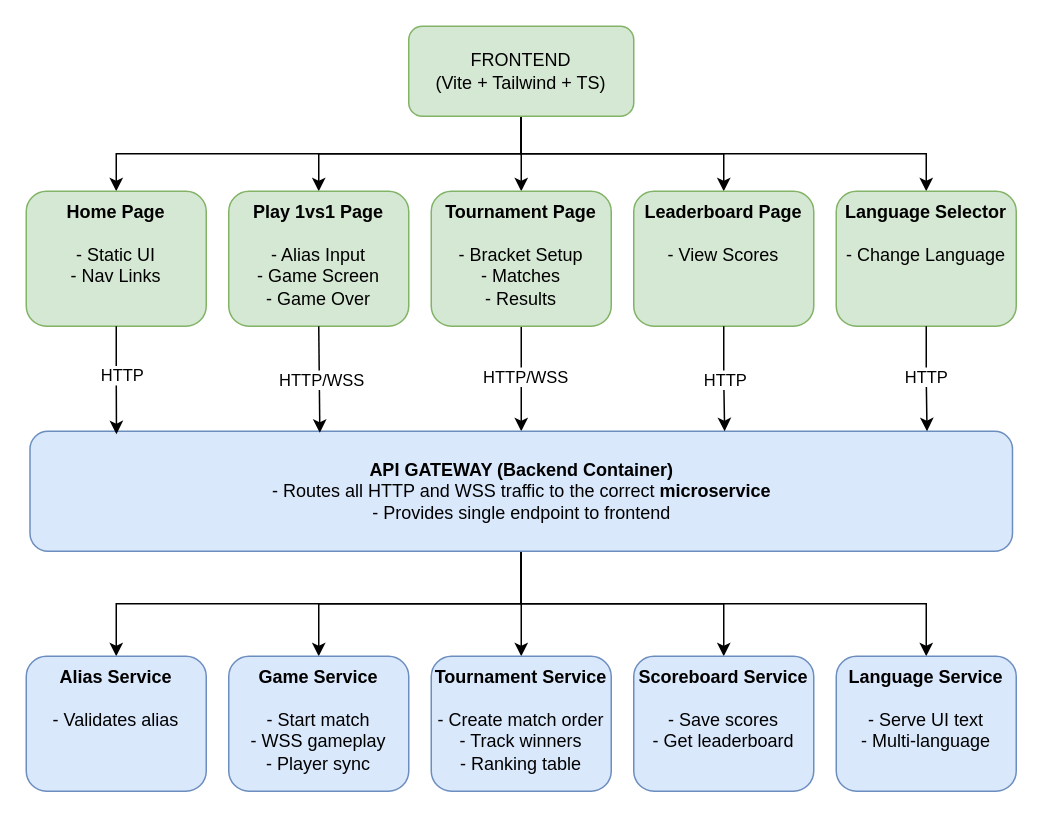
Before: docs/FrontBackEnd.drawio in 3lsy/transcendence, a draw.io diagram. Source tidied: cells renumbered, new cells numbered last; positions are measured from the earlier drawing's top-left corner, leaving out a move shared by most shapes. Both pictures are drawn from the tidied source at 150%, with x=0, y=0 at pixel (26, 26).
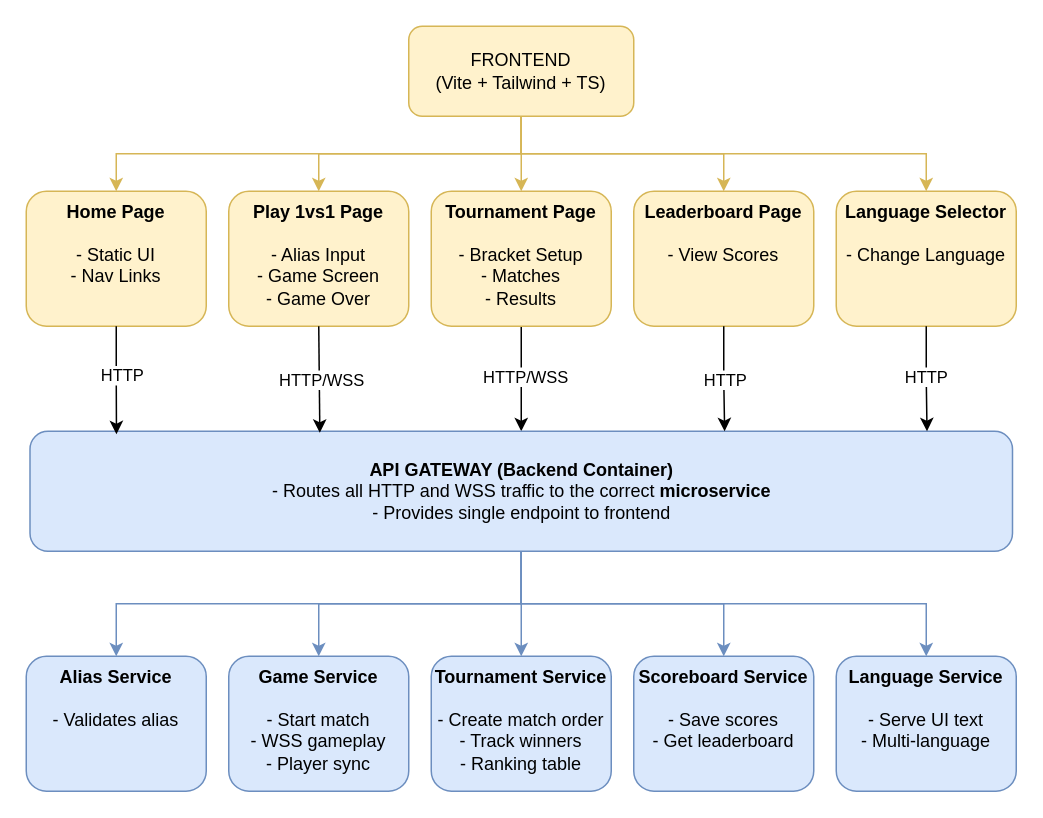
After the change.

Unchanged cells that the change refers to:
```xml
<mxCell id="20" value="&lt;b&gt;API GATEWAY (Backend Container)&lt;/b&gt;&lt;div&gt;- Routes all HTTP and WSS&amp;nbsp;traffic to the correct &lt;b&gt;microservice&lt;/b&gt;&lt;/div&gt;&lt;div&gt;- Provides single endpoint to frontend&lt;/div&gt;" style="rounded=1;whiteSpace=wrap;html=1;fillColor=#dae8fc;strokeColor=#6c8ebf;" parent="1" vertex="1">
  <mxGeometry x="2.5" y="270" width="655" height="80" as="geometry" />
</mxCell>
<mxCell id="21" value="&lt;div style=&quot;&quot;&gt;&lt;b&gt;Alias Service&lt;/b&gt;&lt;/div&gt;&lt;div style=&quot;&quot;&gt;&lt;span style=&quot;background-color: transparent; color: light-dark(rgb(0, 0, 0), rgb(255, 255, 255));&quot;&gt;&lt;b&gt;&lt;br&gt;&lt;/b&gt;&lt;/span&gt;&lt;/div&gt;&lt;div&gt;- Validates alias&lt;/div&gt;" style="rounded=1;whiteSpace=wrap;html=1;align=center;verticalAlign=top;fillColor=#dae8fc;strokeColor=#6c8ebf;" parent="1" vertex="1">
  <mxGeometry y="420" width="120" height="90" as="geometry" />
</mxCell>
<mxCell id="22" value="&lt;div style=&quot;&quot;&gt;&lt;b&gt;Game Service&lt;/b&gt;&lt;/div&gt;&lt;div style=&quot;&quot;&gt;&lt;span style=&quot;background-color: transparent; color: light-dark(rgb(0, 0, 0), rgb(255, 255, 255));&quot;&gt;&lt;b&gt;&lt;br&gt;&lt;/b&gt;&lt;/span&gt;&lt;/div&gt;&lt;div&gt;- Start match&lt;/div&gt;&lt;div&gt;- WSS gameplay&lt;/div&gt;&lt;div&gt;- Player sync&lt;/div&gt;" style="rounded=1;whiteSpace=wrap;html=1;align=center;verticalAlign=top;fillColor=#dae8fc;strokeColor=#6c8ebf;" parent="1" vertex="1">
  <mxGeometry x="135" y="420" width="120" height="90" as="geometry" />
</mxCell>
<mxCell id="23" value="&lt;div style=&quot;&quot;&gt;&lt;b&gt;Tournament Service&lt;/b&gt;&lt;/div&gt;&lt;div style=&quot;&quot;&gt;&lt;span style=&quot;background-color: transparent; color: light-dark(rgb(0, 0, 0), rgb(255, 255, 255));&quot;&gt;&lt;b&gt;&lt;br&gt;&lt;/b&gt;&lt;/span&gt;&lt;/div&gt;&lt;div style=&quot;&quot;&gt;- Create match order&lt;/div&gt;&lt;div&gt;- Track winners&lt;/div&gt;&lt;div&gt;- Ranking table&lt;/div&gt;" style="rounded=1;whiteSpace=wrap;html=1;align=center;verticalAlign=top;fillColor=#dae8fc;strokeColor=#6c8ebf;" parent="1" vertex="1">
  <mxGeometry x="270" y="420" width="120" height="90" as="geometry" />
</mxCell>
<mxCell id="24" value="&lt;div style=&quot;&quot;&gt;&lt;b&gt;Scoreboard Service&lt;/b&gt;&lt;/div&gt;&lt;div style=&quot;&quot;&gt;&lt;span style=&quot;background-color: transparent; color: light-dark(rgb(0, 0, 0), rgb(255, 255, 255));&quot;&gt;&lt;b&gt;&lt;br&gt;&lt;/b&gt;&lt;/span&gt;&lt;/div&gt;&lt;div&gt;- Save scores&lt;/div&gt;&lt;div&gt;- Get leaderboard&lt;/div&gt;" style="rounded=1;whiteSpace=wrap;html=1;align=center;verticalAlign=top;fillColor=#dae8fc;strokeColor=#6c8ebf;" parent="1" vertex="1">
  <mxGeometry x="405" y="420" width="120" height="90" as="geometry" />
</mxCell>
<mxCell id="25" value="&lt;div style=&quot;&quot;&gt;&lt;b&gt;Language Service&lt;/b&gt;&lt;/div&gt;&lt;div style=&quot;&quot;&gt;&lt;span style=&quot;background-color: transparent; color: light-dark(rgb(0, 0, 0), rgb(255, 255, 255));&quot;&gt;&lt;b&gt;&lt;br&gt;&lt;/b&gt;&lt;/span&gt;&lt;/div&gt;&lt;div&gt;- Serve UI text&lt;/div&gt;&lt;div&gt;- Multi-language&lt;/div&gt;" style="rounded=1;whiteSpace=wrap;html=1;align=center;verticalAlign=top;fillColor=#dae8fc;strokeColor=#6c8ebf;" parent="1" vertex="1">
  <mxGeometry x="540" y="420" width="120" height="90" as="geometry" />
</mxCell>
```

Change to the diagram source:
```diff
@@
-    <mxCell id="2" style="edgeStyle=orthogonalEdgeStyle;rounded=0;jettySize=auto;html=1;exitX=0.5;exitY=1;exitDx=0;exitDy=0;entryX=0.5;entryY=0;entryDx=0;entryDy=0;" parent="1" edge="1" source="7" target="8">
+    <mxCell id="2" style="edgeStyle=orthogonalEdgeStyle;rounded=0;jettySize=auto;html=1;exitX=0.5;exitY=1;exitDx=0;exitDy=0;entryX=0.5;entryY=0;entryDx=0;entryDy=0;fillColor=#fff2cc;strokeColor=#d6b656;" parent="1" edge="1" source="7" target="8">
       <mxGeometry relative="1" as="geometry" />
     </mxCell>
-    <mxCell id="3" style="edgeStyle=orthogonalEdgeStyle;rounded=0;jettySize=auto;html=1;exitX=0.5;exitY=1;exitDx=0;exitDy=0;entryX=0.5;entryY=0;entryDx=0;entryDy=0;" parent="1" edge="1" source="7" target="9">
+    <mxCell id="3" style="edgeStyle=orthogonalEdgeStyle;rounded=0;jettySize=auto;html=1;exitX=0.5;exitY=1;exitDx=0;exitDy=0;entryX=0.5;entryY=0;entryDx=0;entryDy=0;fillColor=#fff2cc;strokeColor=#d6b656;" parent="1" edge="1" source="7" target="9">
       <mxGeometry relative="1" as="geometry" />
     </mxCell>
-    <mxCell id="4" style="edgeStyle=orthogonalEdgeStyle;rounded=0;jettySize=auto;html=1;exitX=0.5;exitY=1;exitDx=0;exitDy=0;entryX=0.5;entryY=0;entryDx=0;entryDy=0;" parent="1" edge="1" source="7" target="12">
+    <mxCell id="4" style="edgeStyle=orthogonalEdgeStyle;rounded=0;jettySize=auto;html=1;exitX=0.5;exitY=1;exitDx=0;exitDy=0;entryX=0.5;entryY=0;entryDx=0;entryDy=0;fillColor=#fff2cc;strokeColor=#d6b656;" parent="1" edge="1" source="7" target="12">
       <mxGeometry relative="1" as="geometry" />
     </mxCell>
-    <mxCell id="5" style="edgeStyle=orthogonalEdgeStyle;rounded=0;jettySize=auto;html=1;exitX=0.5;exitY=1;exitDx=0;exitDy=0;" parent="1" edge="1" source="7" target="13">
+    <mxCell id="5" style="edgeStyle=orthogonalEdgeStyle;rounded=0;jettySize=auto;html=1;exitX=0.5;exitY=1;exitDx=0;exitDy=0;fillColor=#fff2cc;strokeColor=#d6b656;" parent="1" edge="1" source="7" target="13">
       <mxGeometry relative="1" as="geometry" />
     </mxCell>
-    <mxCell id="6" style="edgeStyle=orthogonalEdgeStyle;rounded=0;jettySize=auto;html=1;exitX=0.5;exitY=1;exitDx=0;exitDy=0;entryX=0.5;entryY=0;entryDx=0;entryDy=0;" parent="1" edge="1" source="7" target="14">
+    <mxCell id="6" style="edgeStyle=orthogonalEdgeStyle;rounded=0;jettySize=auto;html=1;exitX=0.5;exitY=1;exitDx=0;exitDy=0;entryX=0.5;entryY=0;entryDx=0;entryDy=0;fillColor=#fff2cc;strokeColor=#d6b656;" parent="1" edge="1" source="7" target="14">
       <mxGeometry relative="1" as="geometry" />
     </mxCell>
-    <mxCell id="7" value="FRONTEND&lt;div&gt;(Vite + Tailwind + TS)&lt;/div&gt;" style="rounded=1;whiteSpace=wrap;html=1;fillColor=#d5e8d4;strokeColor=#82b366;" parent="1" vertex="1">
+    <mxCell id="7" value="FRONTEND&lt;div&gt;(Vite + Tailwind + TS)&lt;/div&gt;" style="rounded=1;whiteSpace=wrap;html=1;fillColor=#fff2cc;strokeColor=#d6b656;" parent="1" vertex="1">
       <mxGeometry x="255" width="150" height="60" as="geometry" />
     </mxCell>
-    <mxCell id="8" value="&lt;div style=&quot;&quot;&gt;&lt;span style=&quot;background-color: transparent; color: light-dark(rgb(0, 0, 0), rgb(255, 255, 255));&quot;&gt;&lt;b&gt;Home Page&lt;/b&gt;&lt;/span&gt;&lt;/div&gt;&lt;div style=&quot;&quot;&gt;&lt;span style=&quot;background-color: transparent; color: light-dark(rgb(0, 0, 0), rgb(255, 255, 255));&quot;&gt;&lt;b&gt;&lt;br&gt;&lt;/b&gt;&lt;/span&gt;&lt;/div&gt;&lt;div&gt;- Static UI&lt;/div&gt;&lt;div&gt;- Nav Links&lt;/div&gt;" style="rounded=1;whiteSpace=wrap;html=1;align=center;verticalAlign=top;fillColor=#d5e8d4;strokeColor=#82b366;" parent="1" vertex="1">
+    <mxCell id="8" value="&lt;div style=&quot;&quot;&gt;&lt;span style=&quot;background-color: transparent; color: light-dark(rgb(0, 0, 0), rgb(255, 255, 255));&quot;&gt;&lt;b&gt;Home Page&lt;/b&gt;&lt;/span&gt;&lt;/div&gt;&lt;div style=&quot;&quot;&gt;&lt;span style=&quot;background-color: transparent; color: light-dark(rgb(0, 0, 0), rgb(255, 255, 255));&quot;&gt;&lt;b&gt;&lt;br&gt;&lt;/b&gt;&lt;/span&gt;&lt;/div&gt;&lt;div&gt;- Static UI&lt;/div&gt;&lt;div&gt;- Nav Links&lt;/div&gt;" style="rounded=1;whiteSpace=wrap;html=1;align=center;verticalAlign=top;fillColor=#fff2cc;strokeColor=#d6b656;" parent="1" vertex="1">
       <mxGeometry y="110" width="120" height="90" as="geometry" />
     </mxCell>
-    <mxCell id="9" value="&lt;div style=&quot;&quot;&gt;&lt;span style=&quot;background-color: transparent; color: light-dark(rgb(0, 0, 0), rgb(255, 255, 255));&quot;&gt;&lt;b&gt;Play 1vs1 Page&lt;/b&gt;&lt;/span&gt;&lt;/div&gt;&lt;div style=&quot;&quot;&gt;&lt;span style=&quot;background-color: transparent; color: light-dark(rgb(0, 0, 0), rgb(255, 255, 255));&quot;&gt;&lt;b&gt;&lt;br&gt;&lt;/b&gt;&lt;/span&gt;&lt;/div&gt;&lt;div style=&quot;&quot;&gt;&lt;span style=&quot;background-color: transparent; color: light-dark(rgb(0, 0, 0), rgb(255, 255, 255));&quot;&gt;- Alias Input&lt;/span&gt;&lt;/div&gt;&lt;div style=&quot;&quot;&gt;&lt;span style=&quot;background-color: transparent; color: light-dark(rgb(0, 0, 0), rgb(255, 255, 255));&quot;&gt;- Game Screen&lt;/span&gt;&lt;/div&gt;&lt;div style=&quot;&quot;&gt;&lt;span style=&quot;background-color: transparent; color: light-dark(rgb(0, 0, 0), rgb(255, 255, 255));&quot;&gt;- Game Over&lt;/span&gt;&lt;/div&gt;" style="rounded=1;whiteSpace=wrap;html=1;align=center;verticalAlign=top;fillColor=#d5e8d4;strokeColor=#82b366;" parent="1" vertex="1">
+    <mxCell id="9" value="&lt;div style=&quot;&quot;&gt;&lt;span style=&quot;background-color: transparent; color: light-dark(rgb(0, 0, 0), rgb(255, 255, 255));&quot;&gt;&lt;b&gt;Play 1vs1 Page&lt;/b&gt;&lt;/span&gt;&lt;/div&gt;&lt;div style=&quot;&quot;&gt;&lt;span style=&quot;background-color: transparent; color: light-dark(rgb(0, 0, 0), rgb(255, 255, 255));&quot;&gt;&lt;b&gt;&lt;br&gt;&lt;/b&gt;&lt;/span&gt;&lt;/div&gt;&lt;div style=&quot;&quot;&gt;&lt;span style=&quot;background-color: transparent; color: light-dark(rgb(0, 0, 0), rgb(255, 255, 255));&quot;&gt;- Alias Input&lt;/span&gt;&lt;/div&gt;&lt;div style=&quot;&quot;&gt;&lt;span style=&quot;background-color: transparent; color: light-dark(rgb(0, 0, 0), rgb(255, 255, 255));&quot;&gt;- Game Screen&lt;/span&gt;&lt;/div&gt;&lt;div style=&quot;&quot;&gt;&lt;span style=&quot;background-color: transparent; color: light-dark(rgb(0, 0, 0), rgb(255, 255, 255));&quot;&gt;- Game Over&lt;/span&gt;&lt;/div&gt;" style="rounded=1;whiteSpace=wrap;html=1;align=center;verticalAlign=top;fillColor=#fff2cc;strokeColor=#d6b656;" parent="1" vertex="1">
       <mxGeometry x="135" y="110" width="120" height="90" as="geometry" />
     </mxCell>
@@
-    <mxCell id="12" value="&lt;div style=&quot;&quot;&gt;&lt;b&gt;Tournament Page&lt;/b&gt;&lt;/div&gt;&lt;div style=&quot;&quot;&gt;&lt;b&gt;&lt;br&gt;&lt;/b&gt;&lt;/div&gt;&lt;div style=&quot;&quot;&gt;&lt;span style=&quot;background-color: transparent; color: light-dark(rgb(0, 0, 0), rgb(255, 255, 255));&quot;&gt;- Bracket Setup&lt;/span&gt;&lt;/div&gt;&lt;div style=&quot;&quot;&gt;&lt;span style=&quot;background-color: transparent; color: light-dark(rgb(0, 0, 0), rgb(255, 255, 255));&quot;&gt;- Matches&lt;/span&gt;&lt;/div&gt;&lt;div style=&quot;&quot;&gt;&lt;span style=&quot;background-color: transparent; color: light-dark(rgb(0, 0, 0), rgb(255, 255, 255));&quot;&gt;- Results&lt;/span&gt;&lt;/div&gt;" style="rounded=1;whiteSpace=wrap;html=1;align=center;verticalAlign=top;fillColor=#d5e8d4;strokeColor=#82b366;" parent="1" vertex="1">
+    <mxCell id="12" value="&lt;div style=&quot;&quot;&gt;&lt;b&gt;Tournament Page&lt;/b&gt;&lt;/div&gt;&lt;div style=&quot;&quot;&gt;&lt;b&gt;&lt;br&gt;&lt;/b&gt;&lt;/div&gt;&lt;div style=&quot;&quot;&gt;&lt;span style=&quot;background-color: transparent; color: light-dark(rgb(0, 0, 0), rgb(255, 255, 255));&quot;&gt;- Bracket Setup&lt;/span&gt;&lt;/div&gt;&lt;div style=&quot;&quot;&gt;&lt;span style=&quot;background-color: transparent; color: light-dark(rgb(0, 0, 0), rgb(255, 255, 255));&quot;&gt;- Matches&lt;/span&gt;&lt;/div&gt;&lt;div style=&quot;&quot;&gt;&lt;span style=&quot;background-color: transparent; color: light-dark(rgb(0, 0, 0), rgb(255, 255, 255));&quot;&gt;- Results&lt;/span&gt;&lt;/div&gt;" style="rounded=1;whiteSpace=wrap;html=1;align=center;verticalAlign=top;fillColor=#fff2cc;strokeColor=#d6b656;" parent="1" vertex="1">
       <mxGeometry x="270" y="110" width="120" height="90" as="geometry" />
     </mxCell>
-    <mxCell id="13" value="&lt;div style=&quot;&quot;&gt;&lt;span style=&quot;background-color: transparent; color: light-dark(rgb(0, 0, 0), rgb(255, 255, 255));&quot;&gt;&lt;b&gt;Leaderboard Page&lt;/b&gt;&lt;/span&gt;&lt;/div&gt;&lt;div style=&quot;&quot;&gt;&lt;span style=&quot;background-color: transparent; color: light-dark(rgb(0, 0, 0), rgb(255, 255, 255));&quot;&gt;&lt;b&gt;&lt;br&gt;&lt;/b&gt;&lt;/span&gt;&lt;/div&gt;&lt;div&gt;- View Scores&lt;/div&gt;" style="rounded=1;whiteSpace=wrap;html=1;align=center;verticalAlign=top;fillColor=#d5e8d4;strokeColor=#82b366;" parent="1" vertex="1">
+    <mxCell id="13" value="&lt;div style=&quot;&quot;&gt;&lt;span style=&quot;background-color: transparent; color: light-dark(rgb(0, 0, 0), rgb(255, 255, 255));&quot;&gt;&lt;b&gt;Leaderboard Page&lt;/b&gt;&lt;/span&gt;&lt;/div&gt;&lt;div style=&quot;&quot;&gt;&lt;span style=&quot;background-color: transparent; color: light-dark(rgb(0, 0, 0), rgb(255, 255, 255));&quot;&gt;&lt;b&gt;&lt;br&gt;&lt;/b&gt;&lt;/span&gt;&lt;/div&gt;&lt;div&gt;- View Scores&lt;/div&gt;" style="rounded=1;whiteSpace=wrap;html=1;align=center;verticalAlign=top;fillColor=#fff2cc;strokeColor=#d6b656;" parent="1" vertex="1">
       <mxGeometry x="405" y="110" width="120" height="90" as="geometry" />
     </mxCell>
-    <mxCell id="14" value="&lt;div style=&quot;&quot;&gt;&lt;span style=&quot;background-color: transparent; color: light-dark(rgb(0, 0, 0), rgb(255, 255, 255));&quot;&gt;&lt;b&gt;Language Selector&lt;/b&gt;&lt;/span&gt;&lt;/div&gt;&lt;div style=&quot;&quot;&gt;&lt;span style=&quot;background-color: transparent; color: light-dark(rgb(0, 0, 0), rgb(255, 255, 255));&quot;&gt;&lt;b&gt;&lt;br&gt;&lt;/b&gt;&lt;/span&gt;&lt;/div&gt;&lt;div&gt;- Change Language&lt;/div&gt;" style="rounded=1;whiteSpace=wrap;html=1;align=center;verticalAlign=top;fillColor=#d5e8d4;strokeColor=#82b366;" parent="1" vertex="1">
+    <mxCell id="14" value="&lt;div style=&quot;&quot;&gt;&lt;span style=&quot;background-color: transparent; color: light-dark(rgb(0, 0, 0), rgb(255, 255, 255));&quot;&gt;&lt;b&gt;Language Selector&lt;/b&gt;&lt;/span&gt;&lt;/div&gt;&lt;div style=&quot;&quot;&gt;&lt;span style=&quot;background-color: transparent; color: light-dark(rgb(0, 0, 0), rgb(255, 255, 255));&quot;&gt;&lt;b&gt;&lt;br&gt;&lt;/b&gt;&lt;/span&gt;&lt;/div&gt;&lt;div&gt;- Change Language&lt;/div&gt;" style="rounded=1;whiteSpace=wrap;html=1;align=center;verticalAlign=top;fillColor=#fff2cc;strokeColor=#d6b656;" parent="1" vertex="1">
       <mxGeometry x="540" y="110" width="120" height="90" as="geometry" />
     </mxCell>
-    <mxCell id="15" style="edgeStyle=orthogonalEdgeStyle;rounded=0;jettySize=auto;html=1;exitX=0.5;exitY=1;exitDx=0;exitDy=0;" parent="1" edge="1" source="20" target="21">
+    <mxCell id="15" style="edgeStyle=orthogonalEdgeStyle;rounded=0;jettySize=auto;html=1;exitX=0.5;exitY=1;exitDx=0;exitDy=0;fillColor=#dae8fc;strokeColor=#6c8ebf;" parent="1" edge="1" source="20" target="21">
       <mxGeometry relative="1" as="geometry" />
     </mxCell>
-    <mxCell id="16" style="edgeStyle=orthogonalEdgeStyle;rounded=0;jettySize=auto;html=1;exitX=0.5;exitY=1;exitDx=0;exitDy=0;" parent="1" edge="1" source="20" target="22">
+    <mxCell id="16" style="edgeStyle=orthogonalEdgeStyle;rounded=0;jettySize=auto;html=1;exitX=0.5;exitY=1;exitDx=0;exitDy=0;fillColor=#dae8fc;strokeColor=#6c8ebf;" parent="1" edge="1" source="20" target="22">
       <mxGeometry relative="1" as="geometry" />
     </mxCell>
-    <mxCell id="17" style="edgeStyle=orthogonalEdgeStyle;rounded=0;jettySize=auto;html=1;exitX=0.5;exitY=1;exitDx=0;exitDy=0;" parent="1" edge="1" source="20" target="23">
+    <mxCell id="17" style="edgeStyle=orthogonalEdgeStyle;rounded=0;jettySize=auto;html=1;exitX=0.5;exitY=1;exitDx=0;exitDy=0;fillColor=#dae8fc;strokeColor=#6c8ebf;" parent="1" edge="1" source="20" target="23">
       <mxGeometry relative="1" as="geometry" />
     </mxCell>
-    <mxCell id="18" style="edgeStyle=orthogonalEdgeStyle;rounded=0;jettySize=auto;html=1;exitX=0.5;exitY=1;exitDx=0;exitDy=0;" parent="1" edge="1" source="20" target="24">
+    <mxCell id="18" style="edgeStyle=orthogonalEdgeStyle;rounded=0;jettySize=auto;html=1;exitX=0.5;exitY=1;exitDx=0;exitDy=0;fillColor=#dae8fc;strokeColor=#6c8ebf;" parent="1" edge="1" source="20" target="24">
       <mxGeometry relative="1" as="geometry" />
     </mxCell>
-    <mxCell id="19" style="edgeStyle=orthogonalEdgeStyle;rounded=0;jettySize=auto;html=1;exitX=0.5;exitY=1;exitDx=0;exitDy=0;" parent="1" edge="1" source="20" target="25">
+    <mxCell id="19" style="edgeStyle=orthogonalEdgeStyle;rounded=0;jettySize=auto;html=1;exitX=0.5;exitY=1;exitDx=0;exitDy=0;fillColor=#dae8fc;strokeColor=#6c8ebf;" parent="1" edge="1" source="20" target="25">
       <mxGeometry relative="1" as="geometry" />
     </mxCell>
```
